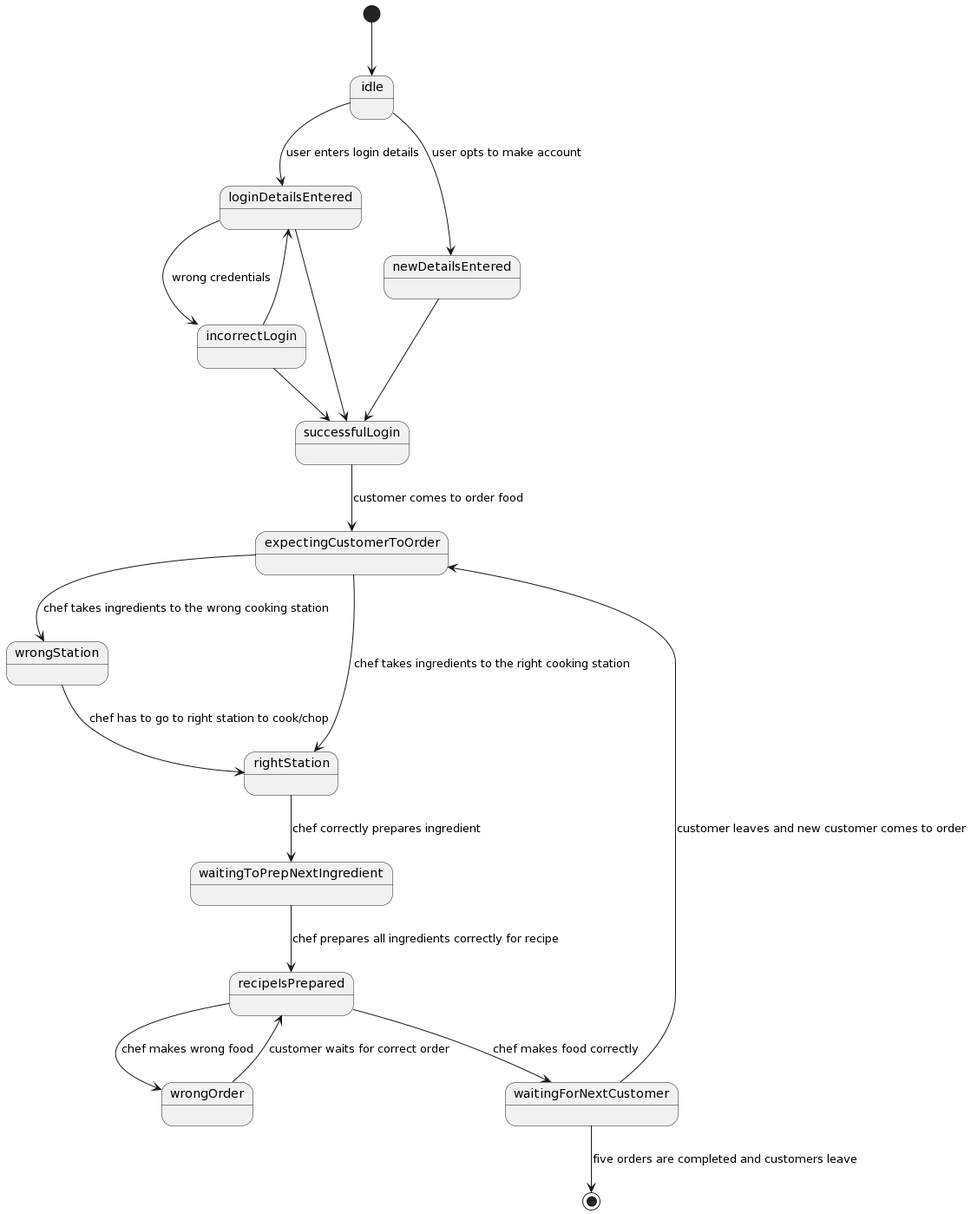
Above: files/assessment/scenariostate.png in genericgames21/genericgames21.github.io (PlantUML), before the change. The source it was exported from:
```plantuml
@startuml
[*] --> idle
idle --> loginDetailsEntered : user enters login details
loginDetailsEntered --> incorrectLogin : wrong credentials
incorrectLogin --> loginDetailsEntered
incorrectLogin --> successfulLogin
loginDetailsEntered --> successfulLogin
idle --> newDetailsEntered : user opts to make account
newDetailsEntered --> successfulLogin
successfulLogin --> expectingCustomerToOrder: customer comes to order food
expectingCustomerToOrder --> wrongStation : chef takes ingredients to the wrong cooking station
expectingCustomerToOrder --> rightStation : chef takes ingredients to the right cooking station
wrongStation --> rightStation : chef has to go to right station to cook/chop
rightStation --> waitingToPrepNextIngredient : chef correctly prepares ingredient
waitingToPrepNextIngredient --> recipeIsPrepared : chef prepares all ingredients correctly for recipe
recipeIsPrepared --> wrongOrder : chef makes wrong food
wrongOrder --> recipeIsPrepared : customer waits for correct order
recipeIsPrepared --> waitingForNextCustomer : chef makes food correctly
waitingForNextCustomer --> expectingCustomerToOrder : customer leaves and new customer comes to order
waitingForNextCustomer --> [*] : five orders are completed and customers leave
@enduml
```
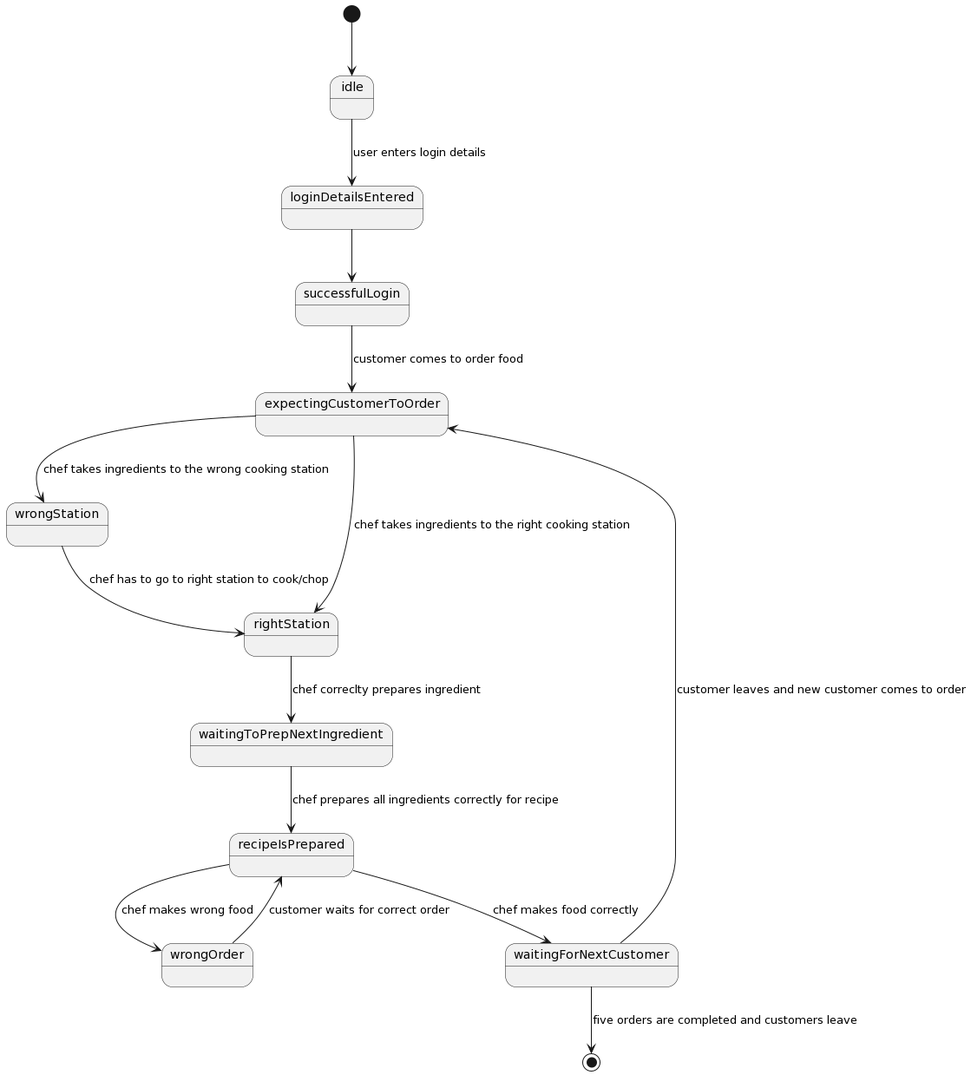
Later version of the same file.

Change to the diagram source:
```diff
@@ -1,17 +1,12 @@
 @startuml
 [*] --> idle
 idle --> loginDetailsEntered : user enters login details
-loginDetailsEntered --> incorrectLogin : wrong credentials
-incorrectLogin --> loginDetailsEntered
-incorrectLogin --> successfulLogin
 loginDetailsEntered --> successfulLogin
-idle --> newDetailsEntered : user opts to make account
-newDetailsEntered --> successfulLogin
 successfulLogin --> expectingCustomerToOrder: customer comes to order food
 expectingCustomerToOrder --> wrongStation : chef takes ingredients to the wrong cooking station
 expectingCustomerToOrder --> rightStation : chef takes ingredients to the right cooking station
 wrongStation --> rightStation : chef has to go to right station to cook/chop
-rightStation --> waitingToPrepNextIngredient : chef correctly prepares ingredient
+rightStation --> waitingToPrepNextIngredient : chef correclty prepares ingredient
 waitingToPrepNextIngredient --> recipeIsPrepared : chef prepares all ingredients correctly for recipe
 recipeIsPrepared --> wrongOrder : chef makes wrong food
 wrongOrder --> recipeIsPrepared : customer waits for correct order
```
